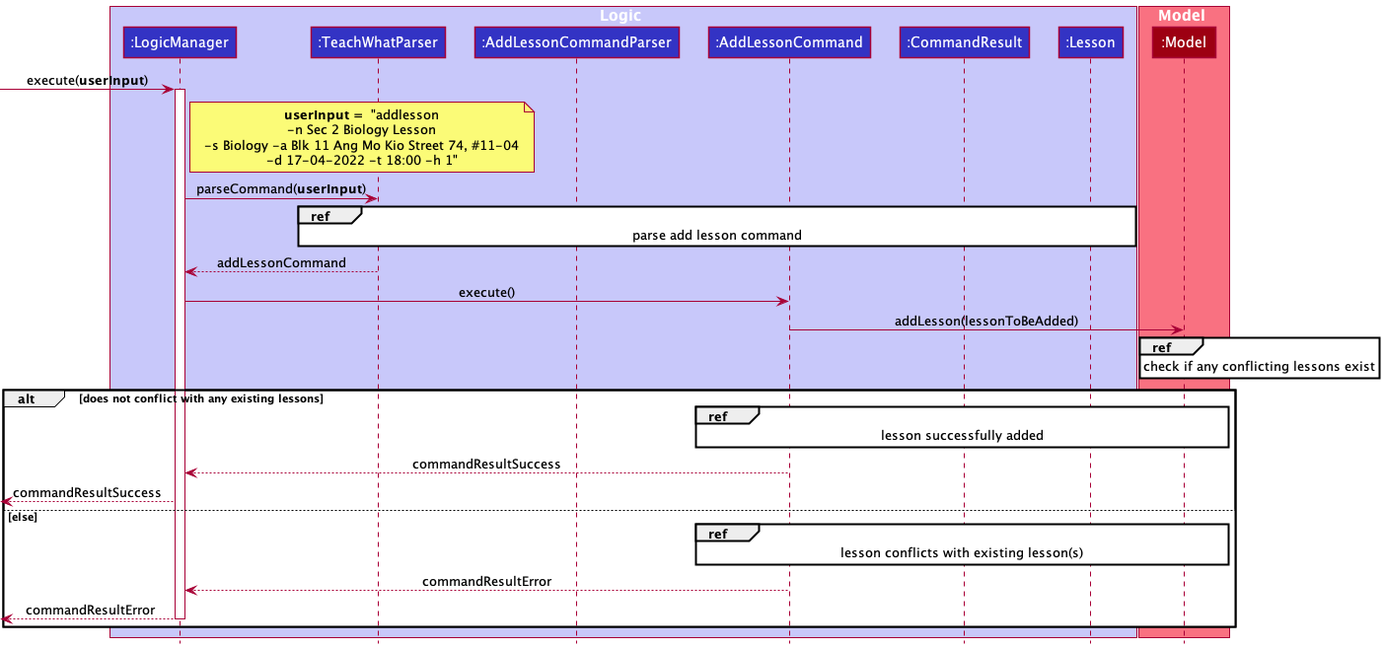
Earlier version of the PlantUML export docs/images/AddLessonSequenceDiagram_1.png (nus-cs2103-AY2122S2/tp).
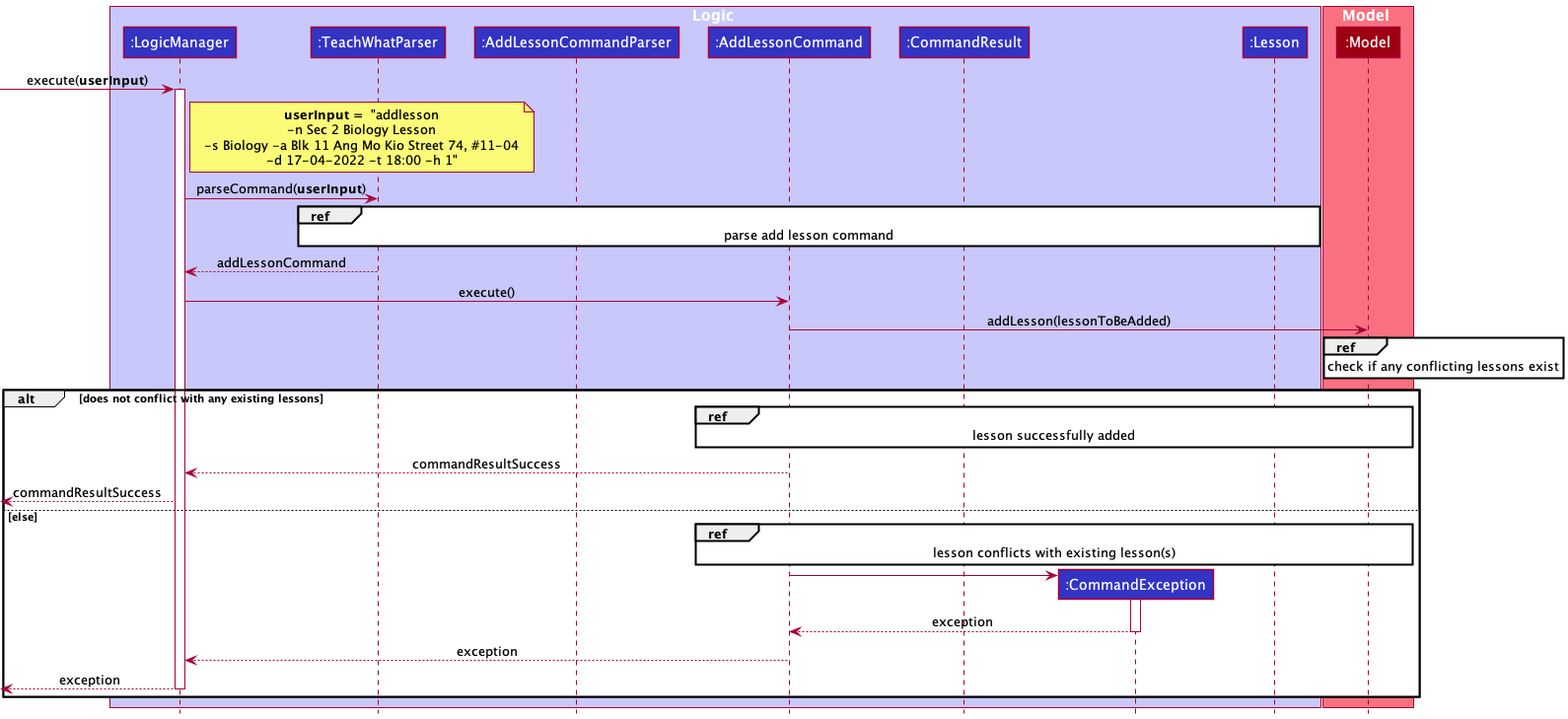
After the change.

Commit message:
Update sequence diagram

Diff of the diagram source:
```diff
@@ -7,6 +7,7 @@
 participant ":AddLessonCommandParser" as AddLessonCommandParser LOGIC_COLOR
 participant ":AddLessonCommand" as AddLessonCommand LOGIC_COLOR
 participant ":CommandResult" as CommandResult LOGIC_COLOR
+participant ":CommandException" as CommandException LOGIC_COLOR
 participant ":Lesson" as Lesson LOGIC_COLOR
 end box
 
@@ -54,9 +55,15 @@
         lesson conflicts with existing lesson(s)
     end ref
 
-    LogicManager <-- AddLessonCommand : commandResultError
+    create CommandException
+    AddLessonCommand -> CommandException
+    activate CommandException
+    AddLessonCommand <-- CommandException : exception
+    deactivate CommandException
 
-    [<--LogicManager : commandResultError
+    LogicManager <-- AddLessonCommand : exception
+
+    [<--LogicManager : exception
 
     deactivate LogicManager
 end
```
